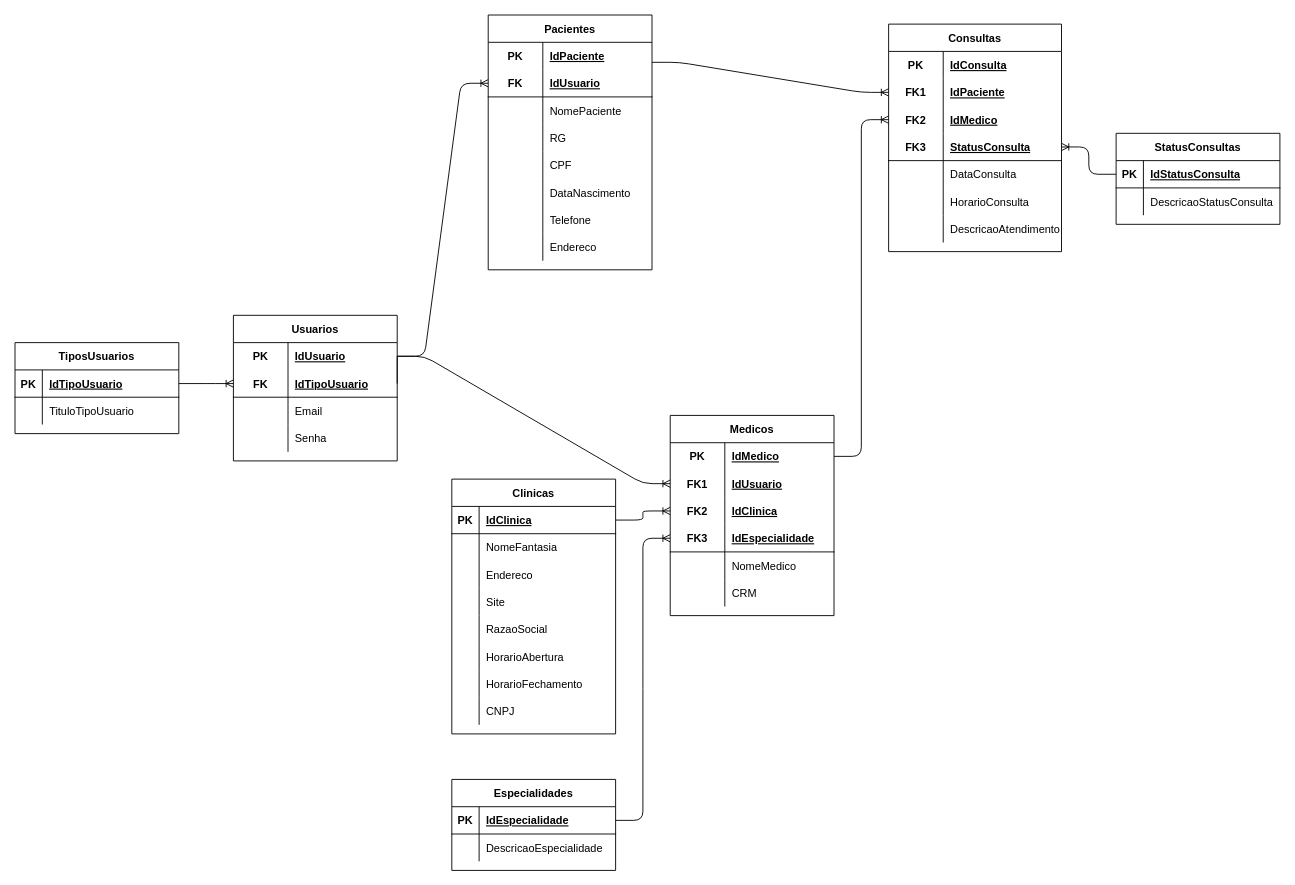
This is page "Lógico" (2 of 2) of SP_Medical_Group/SP_Medical_Group_Modelos.drawio from Carlos-Augusto-Roque/Sprint1_bd, a draw.io file, before an edit. Source tidied: cells renumbered, new cells numbered last; positions are measured from the earlier drawing's top-left corner, leaving out a move shared by most shapes. Both pictures are drawn from the tidied source at 91%, with x=0, y=0 at pixel (15, 15).
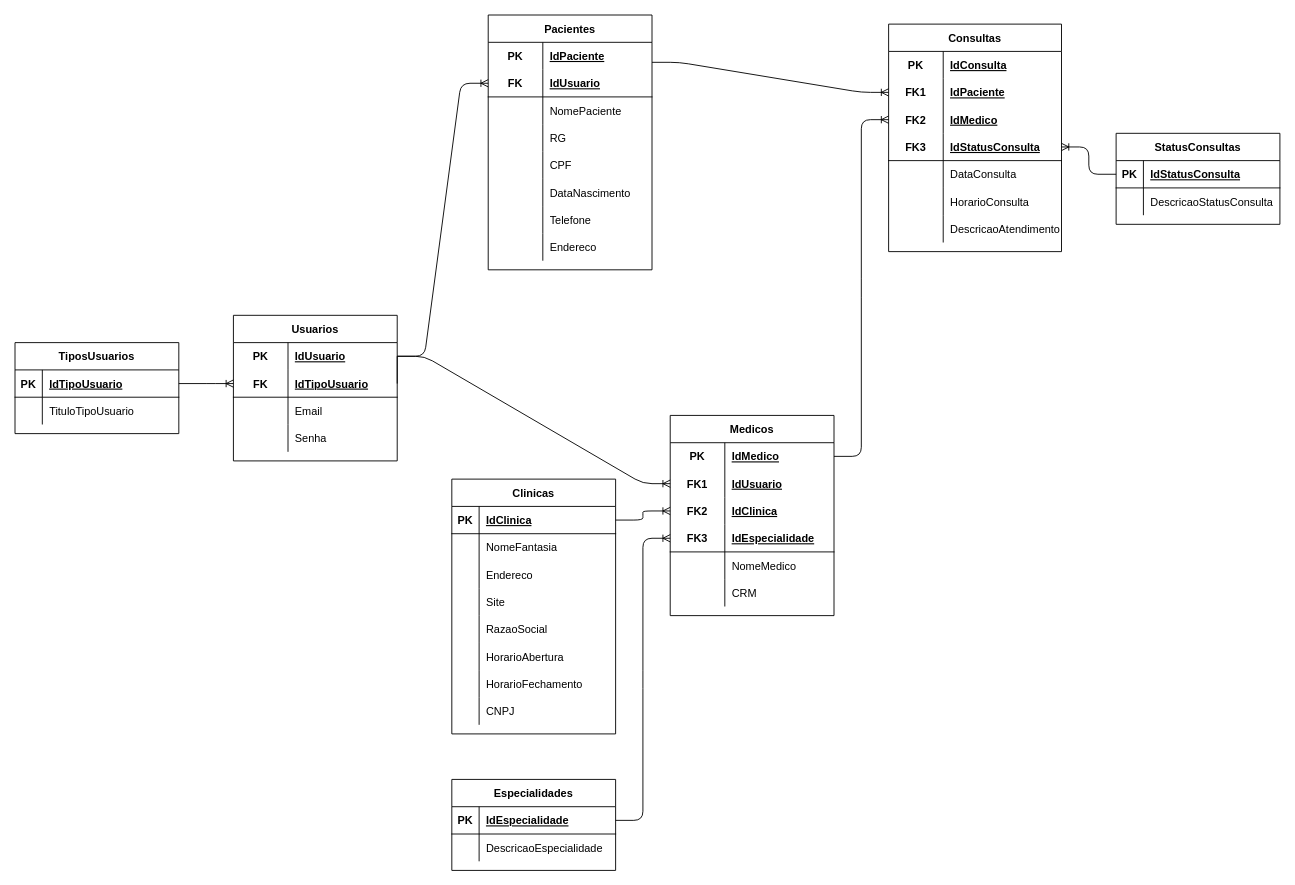
The same diagram, later.

The change refers to these unchanged cells:
```xml
<mxCell id="91" style="shape=partialRectangle;fillColor=none;top=0;left=0;bottom=1;right=0;points=[[0,0.5],[1,0.5]];portConstraint=eastwest;" parent="81" vertex="1">
  <mxGeometry y="120" width="190" height="30" as="geometry" />
</mxCell>
```

Change to the diagram source:
```diff
@@
-    <mxCell id="93" value="StatusConsulta" style="shape=partialRectangle;fillColor=none;top=0;left=0;bottom=0;right=0;align=left;spacingLeft=6;fontStyle=5;overflow=hidden;" parent="91" vertex="1">
+    <mxCell id="93" value="IdStatusConsulta" style="shape=partialRectangle;fillColor=none;top=0;left=0;bottom=0;right=0;align=left;spacingLeft=6;fontStyle=5;overflow=hidden;" parent="91" vertex="1">
       <mxGeometry x="60" width="130" height="30" as="geometry" />
     </mxCell>
```
